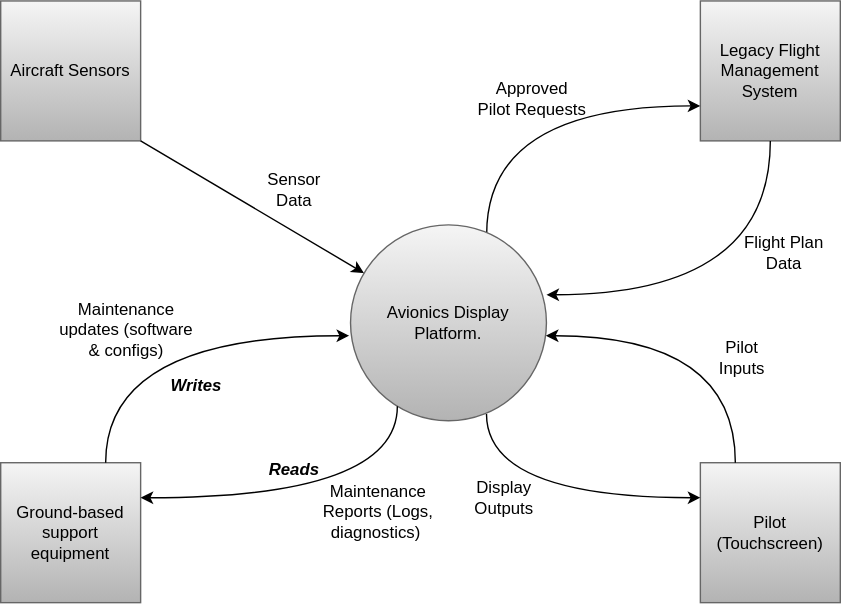
Before: documentation/data-flow/external_data_flow.drawio.svg, a diagram exported from draw.io (Alex-Cooke192/Regulations_and_Principles_Assignment_1). Source tidied: cells renumbered, new cells last; positions are measured from the earlier drawing's top-left corner, leaving out a move shared by most shapes. Its diagram source:
```xml
<mxGraphModel>
  <root>
    <mxCell id="0" />
    <mxCell id="1" parent="0" />
    <mxCell id="2" value="Aircraft Sensors" style="rounded=0;whiteSpace=wrap;html=1;fillColor=#f5f5f5;gradientColor=#b3b3b3;strokeColor=#666666;" parent="1" vertex="1">
      <mxGeometry width="100" height="100" as="geometry" />
    </mxCell>
    <mxCell id="3" value="Legacy Flight Management System" style="rounded=0;whiteSpace=wrap;html=1;fillColor=#f5f5f5;strokeColor=#666666;gradientColor=#b3b3b3;" parent="1" vertex="1">
      <mxGeometry x="500" width="100" height="100" as="geometry" />
    </mxCell>
    <mxCell id="4" value="Pilot (Touchscreen)" style="rounded=0;whiteSpace=wrap;html=1;fillColor=#f5f5f5;gradientColor=#b3b3b3;strokeColor=#666666;" parent="1" vertex="1">
      <mxGeometry x="500" y="330" width="100" height="100" as="geometry" />
    </mxCell>
    <mxCell id="5" value="Ground-based support equipment" style="rounded=0;whiteSpace=wrap;html=1;fillColor=#f5f5f5;gradientColor=#b3b3b3;strokeColor=#666666;" parent="1" vertex="1">
      <mxGeometry y="330" width="100" height="100" as="geometry" />
    </mxCell>
    <mxCell id="6" style="edgeStyle=orthogonalEdgeStyle;curved=1;rounded=0;jettySize=auto;html=1;exitX=0.695;exitY=0.047;exitDx=0;exitDy=0;entryX=0;entryY=0.75;entryDx=0;entryDy=0;exitPerimeter=0;" parent="1" edge="1" source="7" target="3">
      <mxGeometry relative="1" as="geometry">
        <Array as="points">
          <mxPoint x="347" y="75" />
        </Array>
      </mxGeometry>
    </mxCell>
    <mxCell id="7" value="Avionics Display Platform." style="ellipse;whiteSpace=wrap;html=1;fillColor=#f5f5f5;gradientColor=#b3b3b3;strokeColor=#666666;" parent="1" vertex="1">
      <mxGeometry x="250" y="160" width="140" height="140" as="geometry" />
    </mxCell>
    <mxCell id="8" style="endArrow=classic;html=1;rounded=0;curved=1;exitX=1;exitY=1;exitDx=0;exitDy=0;" parent="1" edge="1" source="2" target="7">
      <mxGeometry relative="1" as="geometry" />
    </mxCell>
    <mxCell id="9" style="edgeStyle=orthogonalEdgeStyle;curved=1;rounded=0;jettySize=auto;html=1;exitX=0.25;exitY=0;exitDx=0;exitDy=0;entryX=0.997;entryY=0.566;entryDx=0;entryDy=0;entryPerimeter=0;" parent="1" edge="1" source="4" target="7">
      <mxGeometry relative="1" as="geometry" />
    </mxCell>
    <mxCell id="10" style="edgeStyle=orthogonalEdgeStyle;curved=1;rounded=0;jettySize=auto;html=1;exitX=0.694;exitY=0.966;exitDx=0;exitDy=0;entryX=0;entryY=0.25;entryDx=0;entryDy=0;exitPerimeter=0;" parent="1" edge="1" source="7" target="4">
      <mxGeometry relative="1" as="geometry">
        <Array as="points">
          <mxPoint x="347" y="355" />
        </Array>
      </mxGeometry>
    </mxCell>
    <mxCell id="11" value="&lt;font&gt;Pilot Inputs&lt;/font&gt;" style="text;html=1;whiteSpace=wrap;strokeColor=none;fillColor=none;align=center;verticalAlign=middle;rounded=0;" parent="1" vertex="1">
      <mxGeometry x="500" y="240" width="60" height="30" as="geometry" />
    </mxCell>
    <mxCell id="12" value="&lt;font&gt;Display Outputs&lt;/font&gt;" style="text;html=1;whiteSpace=wrap;strokeColor=none;fillColor=none;align=center;verticalAlign=middle;rounded=0;" parent="1" vertex="1">
      <mxGeometry x="330" y="340" width="60" height="30" as="geometry" />
    </mxCell>
    <mxCell id="13" value="&lt;font&gt;Sensor Data&lt;/font&gt;" style="text;html=1;whiteSpace=wrap;strokeColor=none;fillColor=none;align=center;verticalAlign=middle;rounded=0;" parent="1" vertex="1">
      <mxGeometry x="180" y="120" width="60" height="30" as="geometry" />
    </mxCell>
    <mxCell id="14" value="Approved Pilot Requests" style="text;html=1;whiteSpace=wrap;strokeColor=none;fillColor=none;align=center;verticalAlign=middle;rounded=0;" parent="1" vertex="1">
      <mxGeometry x="340" y="40" width="80" height="60" as="geometry" />
    </mxCell>
    <mxCell id="15" style="edgeStyle=orthogonalEdgeStyle;curved=1;rounded=0;jettySize=auto;html=1;exitX=0.5;exitY=1;exitDx=0;exitDy=0;entryX=1;entryY=0.357;entryDx=0;entryDy=0;entryPerimeter=0;" parent="1" edge="1" source="3" target="7">
      <mxGeometry relative="1" as="geometry" />
    </mxCell>
    <mxCell id="16" value="&lt;span style=&quot;background-color: transparent; color: light-dark(rgb(0, 0, 0), rgb(255, 255, 255));&quot;&gt;Flight Plan Data&lt;/span&gt;" style="text;html=1;whiteSpace=wrap;strokeColor=none;fillColor=none;align=center;verticalAlign=middle;rounded=0;" parent="1" vertex="1">
      <mxGeometry x="530" y="150" width="60" height="60" as="geometry" />
    </mxCell>
    <mxCell id="17" style="edgeStyle=orthogonalEdgeStyle;curved=1;rounded=0;jettySize=auto;html=1;exitX=1;exitY=0.25;exitDx=0;exitDy=0;entryX=0.239;entryY=0.926;entryDx=0;entryDy=0;entryPerimeter=0;startArrow=classic;startFill=1;endArrow=none;endFill=0;" parent="1" edge="1" source="5" target="7">
      <mxGeometry relative="1" as="geometry" />
    </mxCell>
    <mxCell id="18" style="edgeStyle=orthogonalEdgeStyle;curved=1;rounded=0;jettySize=auto;html=1;exitX=0.75;exitY=0;exitDx=0;exitDy=0;entryX=-0.007;entryY=0.566;entryDx=0;entryDy=0;entryPerimeter=0;" parent="1" edge="1" source="5" target="7">
      <mxGeometry relative="1" as="geometry" />
    </mxCell>
    <mxCell id="19" value="&lt;font&gt;Maintenance Reports (Logs, diagnostics)&amp;nbsp;&lt;/font&gt;" style="text;html=1;whiteSpace=wrap;strokeColor=none;fillColor=none;align=center;verticalAlign=middle;rounded=0;" parent="1" vertex="1">
      <mxGeometry x="220" y="350" width="100" height="30" as="geometry" />
    </mxCell>
    <mxCell id="20" value="&lt;font&gt;Reads&lt;/font&gt;" style="text;html=1;whiteSpace=wrap;strokeColor=none;fillColor=none;align=center;verticalAlign=middle;rounded=0;fontStyle=3;" parent="1" vertex="1">
      <mxGeometry x="160" y="320" width="100" height="30" as="geometry" />
    </mxCell>
    <mxCell id="21" value="&lt;font&gt;Writes&lt;/font&gt;" style="text;html=1;whiteSpace=wrap;strokeColor=none;fillColor=none;align=center;verticalAlign=middle;rounded=0;fontStyle=3;" parent="1" vertex="1">
      <mxGeometry x="90" y="260" width="100" height="30" as="geometry" />
    </mxCell>
    <mxCell id="22" value="&lt;font&gt;Maintenance updates (software &amp;amp; configs)&lt;/font&gt;" style="text;html=1;whiteSpace=wrap;strokeColor=none;fillColor=none;align=center;verticalAlign=middle;rounded=0;" parent="1" vertex="1">
      <mxGeometry x="40" y="220" width="100" height="30" as="geometry" />
    </mxCell>
  </root>
</mxGraphModel>
```
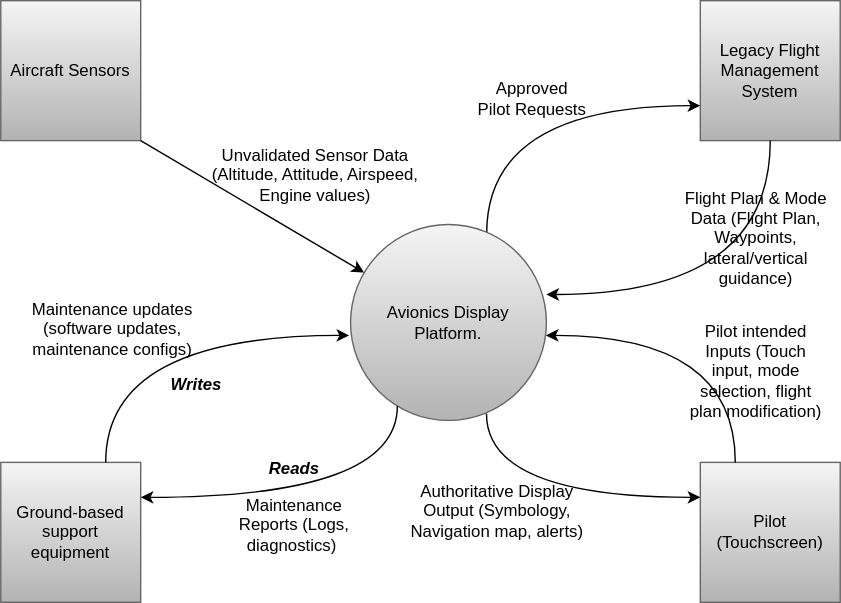
After the change.

Commit message:
updated external data flow diagram

What changed in the source:
```diff
@@ -37,14 +37,14 @@
         </Array>
       </mxGeometry>
     </mxCell>
-    <mxCell id="11" value="&lt;font&gt;Pilot Inputs&lt;/font&gt;" style="text;html=1;whiteSpace=wrap;strokeColor=none;fillColor=none;align=center;verticalAlign=middle;rounded=0;" parent="1" vertex="1">
-      <mxGeometry x="500" y="240" width="60" height="30" as="geometry" />
+    <mxCell id="11" value="&lt;font&gt;Pilot intended Inputs (Touch input, mode selection, flight plan modification)&lt;/font&gt;" style="text;html=1;whiteSpace=wrap;strokeColor=none;fillColor=none;align=center;verticalAlign=middle;rounded=0;" parent="1" vertex="1">
+      <mxGeometry x="490" y="250" width="100" height="30" as="geometry" />
     </mxCell>
-    <mxCell id="12" value="&lt;font&gt;Display Outputs&lt;/font&gt;" style="text;html=1;whiteSpace=wrap;strokeColor=none;fillColor=none;align=center;verticalAlign=middle;rounded=0;" parent="1" vertex="1">
-      <mxGeometry x="330" y="340" width="60" height="30" as="geometry" />
+    <mxCell id="12" value="&lt;font&gt;Authoritative Display Output (Symbology, Navigation map, alerts)&lt;/font&gt;" style="text;html=1;whiteSpace=wrap;strokeColor=none;fillColor=none;align=center;verticalAlign=middle;rounded=0;" parent="1" vertex="1">
+      <mxGeometry x="280" y="350" width="150" height="30" as="geometry" />
     </mxCell>
-    <mxCell id="13" value="&lt;font&gt;Sensor Data&lt;/font&gt;" style="text;html=1;whiteSpace=wrap;strokeColor=none;fillColor=none;align=center;verticalAlign=middle;rounded=0;" parent="1" vertex="1">
-      <mxGeometry x="180" y="120" width="60" height="30" as="geometry" />
+    <mxCell id="13" value="&lt;font&gt;Unvalidated Sensor Data (Altitude, Attitude, Airspeed, Engine values)&lt;/font&gt;" style="text;html=1;whiteSpace=wrap;strokeColor=none;fillColor=none;align=center;verticalAlign=middle;rounded=0;" parent="1" vertex="1">
+      <mxGeometry x="150" y="110" width="150" height="30" as="geometry" />
     </mxCell>
     <mxCell id="14" value="Approved Pilot Requests" style="text;html=1;whiteSpace=wrap;strokeColor=none;fillColor=none;align=center;verticalAlign=middle;rounded=0;" parent="1" vertex="1">
       <mxGeometry x="340" y="40" width="80" height="60" as="geometry" />
@@ -52,8 +52,8 @@
     <mxCell id="15" style="edgeStyle=orthogonalEdgeStyle;curved=1;rounded=0;jettySize=auto;html=1;exitX=0.5;exitY=1;exitDx=0;exitDy=0;entryX=1;entryY=0.357;entryDx=0;entryDy=0;entryPerimeter=0;" parent="1" edge="1" source="3" target="7">
       <mxGeometry relative="1" as="geometry" />
     </mxCell>
-    <mxCell id="16" value="&lt;span style=&quot;background-color: transparent; color: light-dark(rgb(0, 0, 0), rgb(255, 255, 255));&quot;&gt;Flight Plan Data&lt;/span&gt;" style="text;html=1;whiteSpace=wrap;strokeColor=none;fillColor=none;align=center;verticalAlign=middle;rounded=0;" parent="1" vertex="1">
-      <mxGeometry x="530" y="150" width="60" height="60" as="geometry" />
+    <mxCell id="16" value="&lt;span style=&quot;background-color: transparent; color: light-dark(rgb(0, 0, 0), rgb(255, 255, 255));&quot;&gt;Flight Plan &amp;amp; Mode Data (Flight Plan, Waypoints, lateral/vertical guidance)&lt;/span&gt;" style="text;html=1;whiteSpace=wrap;strokeColor=none;fillColor=none;align=center;verticalAlign=middle;rounded=0;" parent="1" vertex="1">
+      <mxGeometry x="480" y="140" width="120" height="60" as="geometry" />
     </mxCell>
     <mxCell id="17" style="edgeStyle=orthogonalEdgeStyle;curved=1;rounded=0;jettySize=auto;html=1;exitX=1;exitY=0.25;exitDx=0;exitDy=0;entryX=0.239;entryY=0.926;entryDx=0;entryDy=0;entryPerimeter=0;startArrow=classic;startFill=1;endArrow=none;endFill=0;" parent="1" edge="1" source="5" target="7">
       <mxGeometry relative="1" as="geometry" />
@@ -62,7 +62,7 @@
       <mxGeometry relative="1" as="geometry" />
     </mxCell>
     <mxCell id="19" value="&lt;font&gt;Maintenance Reports (Logs, diagnostics)&amp;nbsp;&lt;/font&gt;" style="text;html=1;whiteSpace=wrap;strokeColor=none;fillColor=none;align=center;verticalAlign=middle;rounded=0;" parent="1" vertex="1">
-      <mxGeometry x="220" y="350" width="100" height="30" as="geometry" />
+      <mxGeometry x="160" y="360" width="100" height="30" as="geometry" />
     </mxCell>
     <mxCell id="20" value="&lt;font&gt;Reads&lt;/font&gt;" style="text;html=1;whiteSpace=wrap;strokeColor=none;fillColor=none;align=center;verticalAlign=middle;rounded=0;fontStyle=3;" parent="1" vertex="1">
       <mxGeometry x="160" y="320" width="100" height="30" as="geometry" />
@@ -70,8 +70,8 @@
     <mxCell id="21" value="&lt;font&gt;Writes&lt;/font&gt;" style="text;html=1;whiteSpace=wrap;strokeColor=none;fillColor=none;align=center;verticalAlign=middle;rounded=0;fontStyle=3;" parent="1" vertex="1">
       <mxGeometry x="90" y="260" width="100" height="30" as="geometry" />
     </mxCell>
-    <mxCell id="22" value="&lt;font&gt;Maintenance updates (software &amp;amp; configs)&lt;/font&gt;" style="text;html=1;whiteSpace=wrap;strokeColor=none;fillColor=none;align=center;verticalAlign=middle;rounded=0;" parent="1" vertex="1">
-      <mxGeometry x="40" y="220" width="100" height="30" as="geometry" />
+    <mxCell id="22" value="&lt;font&gt;Maintenance updates (software updates, maintenance configs)&lt;/font&gt;" style="text;html=1;whiteSpace=wrap;strokeColor=none;fillColor=none;align=center;verticalAlign=middle;rounded=0;" parent="1" vertex="1">
+      <mxGeometry x="20" y="220" width="120" height="30" as="geometry" />
     </mxCell>
   </root>
 </mxGraphModel>
```
